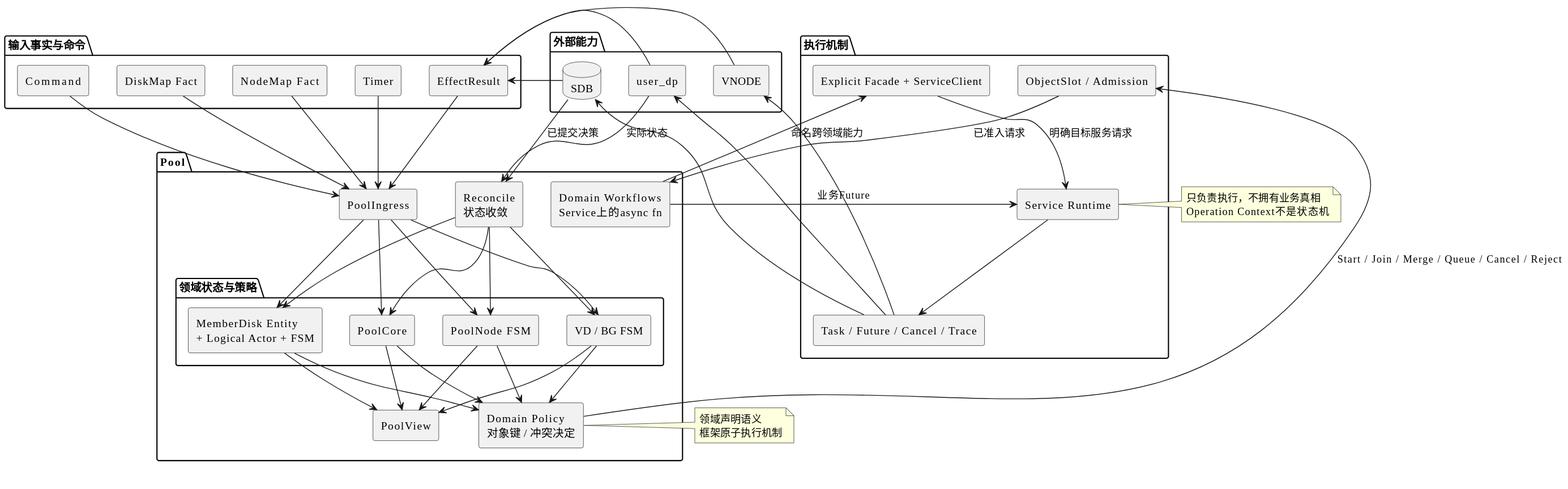
The PlantUML diagram pool-control-plane-baseline/assets/hybrid-control-model.svg in limushu/runtime, before a commit.
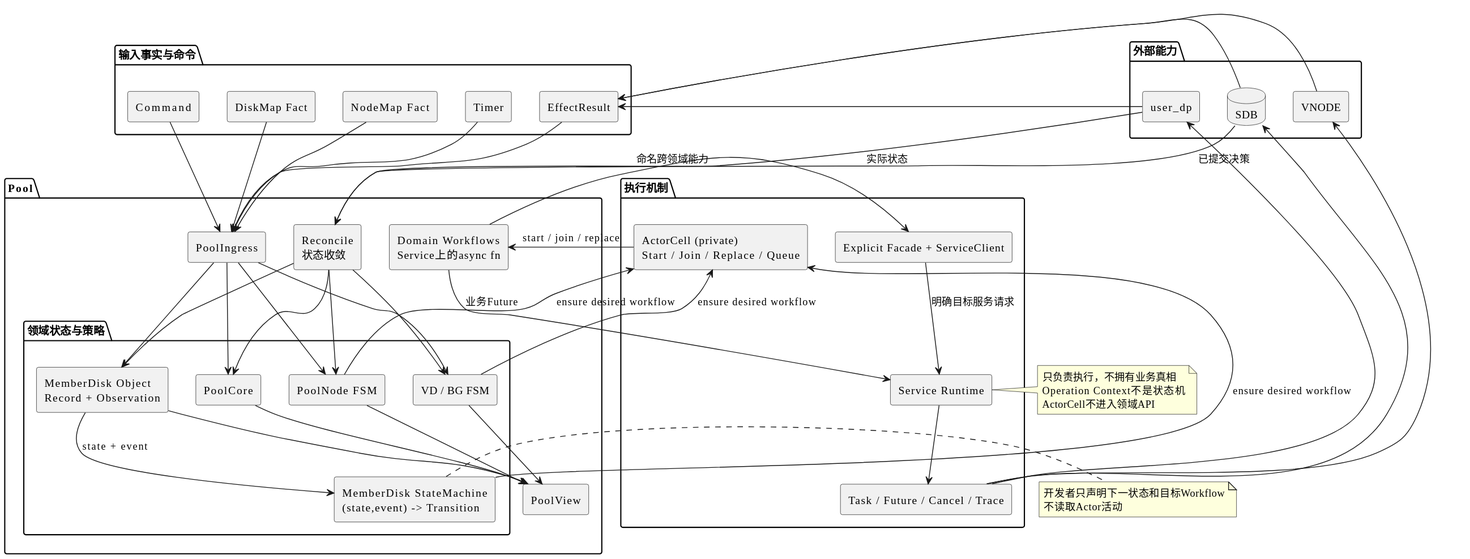
The same diagram one commit later.

What changed in the source:
```diff
@@ -17,19 +17,19 @@
 
   package "领域状态与策略" {
     component PoolCore
-    component "MemberDisk Entity\n+ Logical Actor + FSM" as DiskFSM
+    component "MemberDisk Object\nRecord + Observation" as DiskObject
+    component "MemberDisk StateMachine\n(state,event) -> Transition" as DiskFSM
     component "PoolNode FSM" as NodeFSM
     component "VD / BG FSM" as BgFSM
   }
 
-  component "Domain Policy\n对象键 / 冲突决定" as Policy
   component "Domain Workflows\nService上的async fn" as Workflow
   component "Reconcile\n状态收敛" as Reconcile
   component PoolView
 }
 
 package "执行机制" {
-  component "ObjectSlot / Admission" as Admission
+  component "ActorCell (private)\nStart / Join / Replace / Queue" as ActorCell
   component "Service Runtime" as Runtime
   component "Explicit Facade + ServiceClient" as Client
   component "Task / Future / Cancel / Trace" as Task
@@ -48,16 +48,15 @@
 EffectResult --> PoolIngress
 
 PoolIngress --> PoolCore
-PoolIngress --> DiskFSM
+PoolIngress --> DiskObject
+DiskObject --> DiskFSM : state + event
 PoolIngress --> NodeFSM
 PoolIngress --> BgFSM
 
-PoolCore --> Policy
-DiskFSM --> Policy
-NodeFSM --> Policy
-BgFSM --> Policy
-Policy --> Admission : Start / Join / Merge / Queue / Cancel / Reject
-Admission --> Workflow : 已准入请求
+DiskFSM --> ActorCell : ensure desired workflow
+NodeFSM --> ActorCell : ensure desired workflow
+BgFSM --> ActorCell : ensure desired workflow
+ActorCell --> Workflow : start / join / replace
 Workflow --> Client : 命名跨领域能力
 Workflow --> Runtime : 业务Future
 Runtime --> Task
@@ -70,24 +69,25 @@
 VNODE --> EffectResult
 
 Reconcile --> PoolCore
-Reconcile --> DiskFSM
+Reconcile --> DiskObject
 Reconcile --> NodeFSM
 Reconcile --> BgFSM
 SDB --> Reconcile : 已提交决策
 user_dp --> Reconcile : 实际状态
 
 PoolCore --> PoolView
-DiskFSM --> PoolView
+DiskObject --> PoolView
 NodeFSM --> PoolView
 BgFSM --> PoolView
 
-note right of Policy
-领域声明语义
-框架原子执行机制
+note right of DiskFSM
+开发者只声明下一状态和目标Workflow
+不读取Actor活动
 end note
 
 note right of Runtime
 只负责执行，不拥有业务真相
 Operation Context不是状态机
+ActorCell不进入领域API
 end note
 @enduml
```
